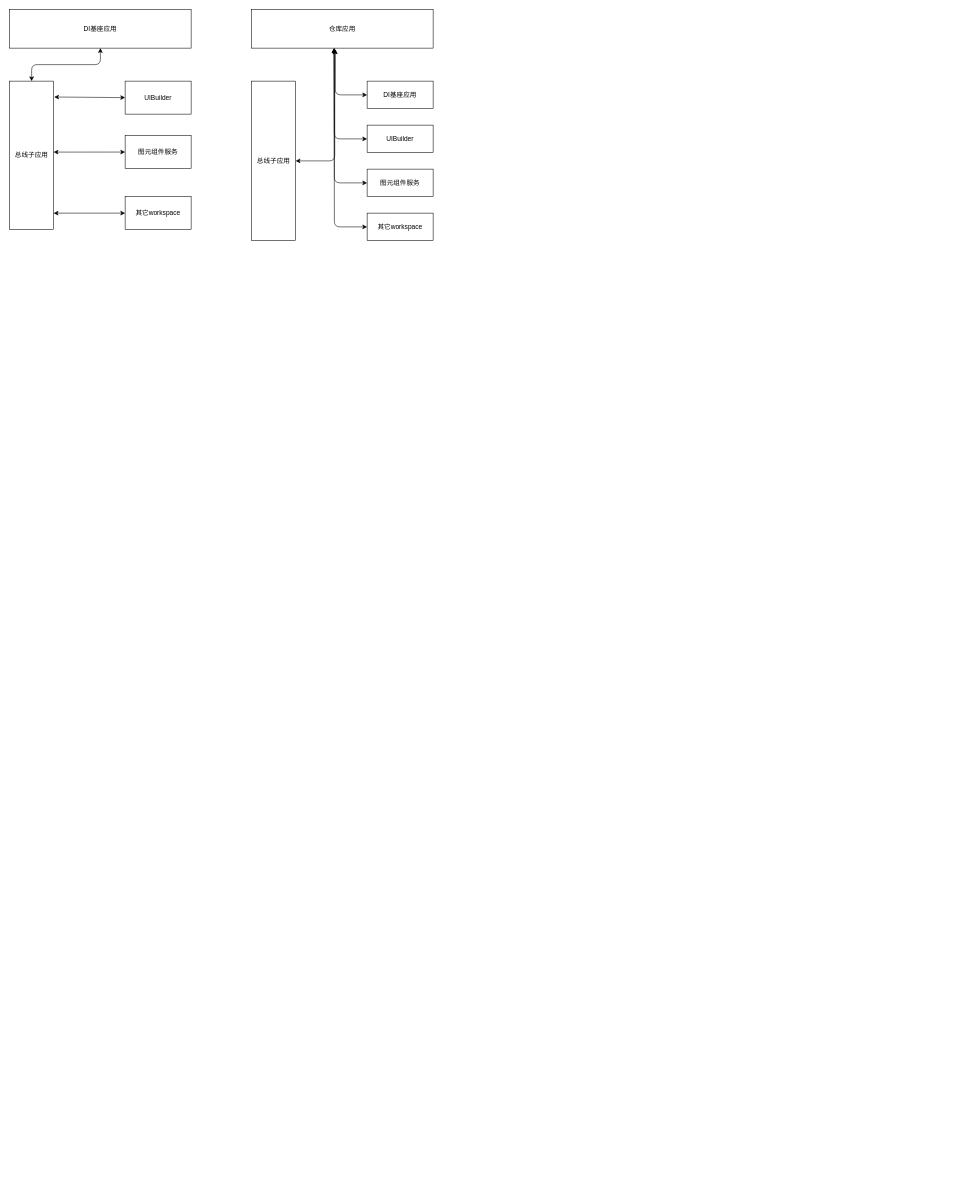
Above: test.dio in duoduoObama/POC (draw.io), before the change. Source tidied: cells renumbered, new cells numbered last; positions are measured from the earlier drawing's top-left corner, leaving out a move shared by most shapes. Both pictures are drawn from the tidied source at 55%, with x=0, y=0 at pixel (9, 9).
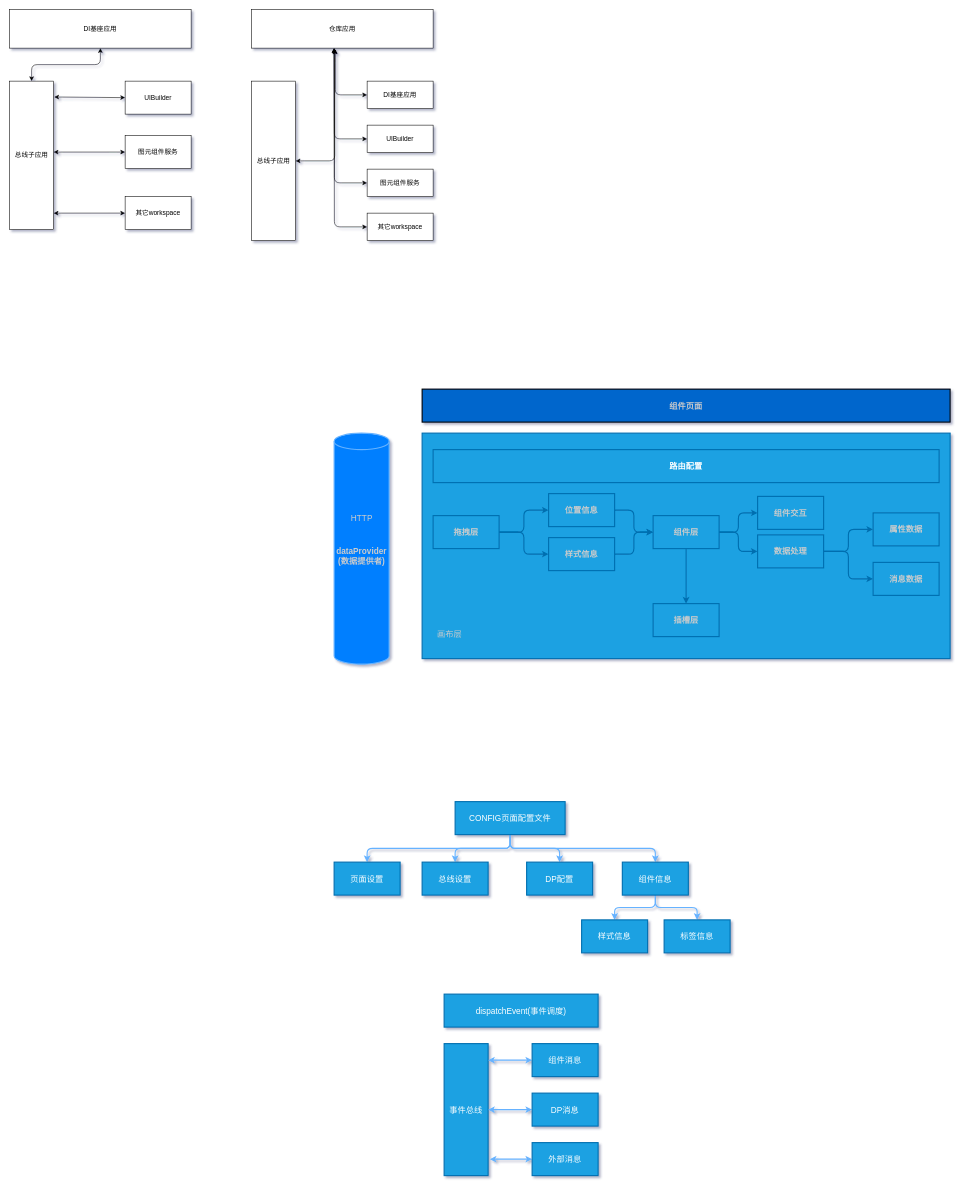
After the change.

Change to the diagram source:
```diff
@@
-<mxGraphModel>
+<mxGraphModel background="#ffffff" shadow="1">
@@
+    <mxCell id="22" style="whiteSpace=wrap;html=1;strokeWidth=2;fillColor=#1ba1e2;fontColor=#CCCCCC;strokeColor=#006EAF;fontStyle=1;fontSize=15;" parent="1" vertex="1">
+      <mxGeometry x="750" y="770" width="960" height="410" as="geometry" />
+    </mxCell>
@@
+    <mxCell id="23" value="路由配置" style="whiteSpace=wrap;html=1;strokeWidth=2;fillColor=#1ba1e2;fontColor=#ffffff;strokeColor=#006EAF;fontStyle=1;fontSize=15;" parent="1" vertex="1">
+      <mxGeometry x="770" y="800" width="920" height="60" as="geometry" />
+    </mxCell>
+    <mxCell id="24" value="组件页面" style="whiteSpace=wrap;html=1;strokeWidth=2;fillColor=#0066CC;fontColor=#CCCCCC;fontStyle=1;fontSize=15;" parent="1" vertex="1">
+      <mxGeometry x="750" y="690" width="960" height="60" as="geometry" />
+    </mxCell>
+    <mxCell id="25" style="edgeStyle=orthogonalEdgeStyle;html=1;exitX=1;exitY=0.5;exitDx=0;exitDy=0;entryX=0;entryY=0.5;entryDx=0;entryDy=0;strokeWidth=2;fillColor=#1ba1e2;strokeColor=#006EAF;fontColor=#CCCCCC;fontStyle=1;fontSize=15;" parent="1" edge="1" source="27" target="34">
+      <mxGeometry relative="1" as="geometry" />
+    </mxCell>
+    <mxCell id="26" style="edgeStyle=orthogonalEdgeStyle;html=1;exitX=1;exitY=0.5;exitDx=0;exitDy=0;entryX=0;entryY=0.5;entryDx=0;entryDy=0;strokeWidth=2;fillColor=#1ba1e2;strokeColor=#006EAF;fontColor=#CCCCCC;fontStyle=1;fontSize=15;" parent="1" edge="1" source="27" target="36">
+      <mxGeometry relative="1" as="geometry" />
+    </mxCell>
+    <mxCell id="27" value="拖拽层" style="whiteSpace=wrap;html=1;strokeWidth=2;fillColor=#1ba1e2;fontColor=#CCCCCC;strokeColor=#006EAF;fontStyle=1;fontSize=15;" parent="1" vertex="1">
+      <mxGeometry x="770" y="920" width="120" height="60" as="geometry" />
+    </mxCell>
+    <mxCell id="28" style="edgeStyle=orthogonalEdgeStyle;html=1;exitX=0.5;exitY=1;exitDx=0;exitDy=0;entryX=0.5;entryY=0;entryDx=0;entryDy=0;strokeWidth=2;fillColor=#1ba1e2;strokeColor=#006EAF;fontColor=#CCCCCC;fontStyle=1;fontSize=15;" parent="1" edge="1" source="31" target="32">
+      <mxGeometry relative="1" as="geometry" />
+    </mxCell>
+    <mxCell id="29" style="edgeStyle=orthogonalEdgeStyle;html=1;exitX=1;exitY=0.5;exitDx=0;exitDy=0;strokeWidth=2;fillColor=#1ba1e2;strokeColor=#006EAF;fontColor=#CCCCCC;fontStyle=1;fontSize=15;" parent="1" edge="1" source="31" target="37">
+      <mxGeometry relative="1" as="geometry" />
+    </mxCell>
+    <mxCell id="30" style="edgeStyle=orthogonalEdgeStyle;html=1;exitX=1;exitY=0.5;exitDx=0;exitDy=0;entryX=0;entryY=0.5;entryDx=0;entryDy=0;strokeWidth=2;fillColor=#1ba1e2;strokeColor=#006EAF;fontColor=#CCCCCC;fontStyle=1;fontSize=15;" parent="1" edge="1" source="31" target="40">
+      <mxGeometry relative="1" as="geometry" />
+    </mxCell>
+    <mxCell id="31" value="组件层" style="whiteSpace=wrap;html=1;strokeWidth=2;fillColor=#1ba1e2;fontColor=#CCCCCC;strokeColor=#006EAF;fontStyle=1;fontSize=15;" parent="1" vertex="1">
+      <mxGeometry x="1170" y="920" width="120" height="60" as="geometry" />
+    </mxCell>
+    <mxCell id="32" value="插槽层" style="whiteSpace=wrap;html=1;strokeWidth=2;fillColor=#1ba1e2;fontColor=#CCCCCC;strokeColor=#006EAF;fontStyle=1;fontSize=15;" parent="1" vertex="1">
+      <mxGeometry x="1170" y="1080" width="120" height="60" as="geometry" />
+    </mxCell>
+    <mxCell id="33" style="edgeStyle=orthogonalEdgeStyle;html=1;exitX=1;exitY=0.5;exitDx=0;exitDy=0;entryX=0;entryY=0.5;entryDx=0;entryDy=0;strokeWidth=2;fillColor=#1ba1e2;strokeColor=#006EAF;fontColor=#CCCCCC;fontStyle=1;fontSize=15;" parent="1" edge="1" source="34" target="31">
+      <mxGeometry relative="1" as="geometry" />
+    </mxCell>
+    <mxCell id="34" value="位置信息" style="whiteSpace=wrap;html=1;strokeWidth=2;fillColor=#1ba1e2;fontColor=#CCCCCC;strokeColor=#006EAF;fontStyle=1;fontSize=15;" parent="1" vertex="1">
+      <mxGeometry x="980" y="880" width="120" height="60" as="geometry" />
+    </mxCell>
+    <mxCell id="35" style="edgeStyle=orthogonalEdgeStyle;html=1;exitX=1;exitY=0.5;exitDx=0;exitDy=0;entryX=0;entryY=0.5;entryDx=0;entryDy=0;strokeWidth=2;fillColor=#1ba1e2;strokeColor=#006EAF;fontColor=#CCCCCC;fontStyle=1;fontSize=15;" parent="1" edge="1" source="36" target="31">
+      <mxGeometry relative="1" as="geometry" />
+    </mxCell>
+    <mxCell id="36" value="样式信息" style="whiteSpace=wrap;html=1;strokeWidth=2;fillColor=#1ba1e2;fontColor=#CCCCCC;strokeColor=#006EAF;fontStyle=1;fontSize=15;" parent="1" vertex="1">
+      <mxGeometry x="980" y="960" width="120" height="60" as="geometry" />
+    </mxCell>
+    <mxCell id="37" value="组件交互" style="whiteSpace=wrap;html=1;strokeWidth=2;fillColor=#1ba1e2;fontColor=#CCCCCC;strokeColor=#006EAF;fontStyle=1;fontSize=15;" parent="1" vertex="1">
+      <mxGeometry x="1360" y="885" width="120" height="60" as="geometry" />
+    </mxCell>
+    <mxCell id="38" style="edgeStyle=orthogonalEdgeStyle;html=1;exitX=1;exitY=0.5;exitDx=0;exitDy=0;strokeWidth=2;fillColor=#1ba1e2;strokeColor=#006EAF;fontColor=#CCCCCC;fontStyle=1;fontSize=15;" parent="1" edge="1" source="40" target="41">
+      <mxGeometry relative="1" as="geometry" />
+    </mxCell>
+    <mxCell id="39" style="edgeStyle=orthogonalEdgeStyle;html=1;exitX=1;exitY=0.5;exitDx=0;exitDy=0;entryX=0;entryY=0.5;entryDx=0;entryDy=0;strokeWidth=2;fillColor=#1ba1e2;strokeColor=#006EAF;fontColor=#CCCCCC;fontStyle=1;fontSize=15;" parent="1" edge="1" source="40" target="42">
+      <mxGeometry relative="1" as="geometry" />
+    </mxCell>
+    <mxCell id="40" value="数据处理" style="whiteSpace=wrap;html=1;strokeWidth=2;fillColor=#1ba1e2;fontColor=#CCCCCC;strokeColor=#006EAF;fontStyle=1;fontSize=15;" parent="1" vertex="1">
+      <mxGeometry x="1360" y="955" width="120" height="60" as="geometry" />
+    </mxCell>
+    <mxCell id="41" value="属性数据" style="whiteSpace=wrap;html=1;strokeWidth=2;fillColor=#1ba1e2;fontColor=#CCCCCC;strokeColor=#006EAF;fontStyle=1;fontSize=15;" parent="1" vertex="1">
+      <mxGeometry x="1570" y="915" width="120" height="60" as="geometry" />
+    </mxCell>
+    <mxCell id="42" value="消息数据" style="whiteSpace=wrap;html=1;strokeWidth=2;fillColor=#1ba1e2;fontColor=#CCCCCC;strokeColor=#006EAF;fontStyle=1;fontSize=15;" parent="1" vertex="1">
+      <mxGeometry x="1570" y="1005" width="120" height="60" as="geometry" />
+    </mxCell>
+    <mxCell id="43" value="画布层" style="text;html=1;strokeColor=none;fillColor=none;align=center;verticalAlign=middle;whiteSpace=wrap;rounded=0;fontSize=15;fontColor=#CCCCCC;" parent="1" vertex="1">
+      <mxGeometry x="770" y="1120" width="60" height="30" as="geometry" />
+    </mxCell>
+    <mxCell id="44" style="edgeStyle=orthogonalEdgeStyle;html=1;exitX=0.5;exitY=1;exitDx=0;exitDy=0;entryX=0.5;entryY=0;entryDx=0;entryDy=0;fontSize=15;fontColor=#CCCCCC;strokeColor=#66B2FF;strokeWidth=2;" parent="1" edge="1" source="48" target="50">
+      <mxGeometry relative="1" as="geometry" />
+    </mxCell>
+    <mxCell id="45" style="edgeStyle=orthogonalEdgeStyle;html=1;exitX=0.5;exitY=1;exitDx=0;exitDy=0;entryX=0.5;entryY=0;entryDx=0;entryDy=0;fontSize=15;fontColor=#CCCCCC;strokeColor=#66B2FF;strokeWidth=2;" parent="1" edge="1" source="48" target="53">
+      <mxGeometry relative="1" as="geometry" />
+    </mxCell>
+    <mxCell id="46" style="edgeStyle=orthogonalEdgeStyle;html=1;exitX=0.5;exitY=1;exitDx=0;exitDy=0;entryX=0.5;entryY=0;entryDx=0;entryDy=0;fontSize=15;fontColor=#CCCCCC;strokeColor=#66B2FF;strokeWidth=2;" parent="1" edge="1" source="48" target="49">
+      <mxGeometry relative="1" as="geometry" />
+    </mxCell>
+    <mxCell id="47" style="edgeStyle=orthogonalEdgeStyle;html=1;exitX=0.5;exitY=1;exitDx=0;exitDy=0;fontSize=15;fontColor=#CCCCCC;strokeColor=#66B2FF;strokeWidth=2;" parent="1" edge="1" source="48" target="59">
+      <mxGeometry relative="1" as="geometry" />
+    </mxCell>
+    <mxCell id="48" value="CONFIG页面配置文件" style="whiteSpace=wrap;html=1;fontSize=15;fontColor=#ffffff;strokeColor=#006EAF;strokeWidth=2;fillColor=#1ba1e2;" parent="1" vertex="1">
+      <mxGeometry x="810" y="1440" width="200" height="60" as="geometry" />
+    </mxCell>
+    <mxCell id="49" value="页面设置" style="whiteSpace=wrap;html=1;fontSize=15;fontColor=#ffffff;strokeColor=#006EAF;strokeWidth=2;fillColor=#1ba1e2;" parent="1" vertex="1">
+      <mxGeometry x="590" y="1550" width="120" height="60" as="geometry" />
+    </mxCell>
+    <mxCell id="50" value="总线设置" style="whiteSpace=wrap;html=1;fontSize=15;fontColor=#ffffff;strokeColor=#006EAF;strokeWidth=2;fillColor=#1ba1e2;" parent="1" vertex="1">
+      <mxGeometry x="750" y="1550" width="120" height="60" as="geometry" />
+    </mxCell>
+    <mxCell id="51" style="edgeStyle=orthogonalEdgeStyle;html=1;exitX=0.5;exitY=1;exitDx=0;exitDy=0;entryX=0.5;entryY=0;entryDx=0;entryDy=0;fontSize=15;fontColor=#CCCCCC;strokeColor=#66B2FF;strokeWidth=2;" parent="1" edge="1" source="53" target="54">
+      <mxGeometry relative="1" as="geometry" />
+    </mxCell>
+    <mxCell id="52" style="edgeStyle=orthogonalEdgeStyle;html=1;exitX=0.5;exitY=1;exitDx=0;exitDy=0;entryX=0.5;entryY=0;entryDx=0;entryDy=0;fontSize=15;fontColor=#CCCCCC;strokeColor=#66B2FF;strokeWidth=2;" parent="1" edge="1" source="53" target="55">
+      <mxGeometry relative="1" as="geometry" />
+    </mxCell>
+    <mxCell id="53" value="组件信息" style="whiteSpace=wrap;html=1;fontSize=15;fontColor=#ffffff;strokeColor=#006EAF;strokeWidth=2;fillColor=#1ba1e2;" parent="1" vertex="1">
+      <mxGeometry x="1114" y="1550" width="120" height="60" as="geometry" />
+    </mxCell>
+    <mxCell id="54" value="样式信息" style="whiteSpace=wrap;html=1;fontSize=15;fontColor=#ffffff;strokeColor=#006EAF;strokeWidth=2;fillColor=#1ba1e2;" parent="1" vertex="1">
+      <mxGeometry x="1040" y="1655" width="120" height="60" as="geometry" />
+    </mxCell>
+    <mxCell id="55" value="标签信息" style="whiteSpace=wrap;html=1;fontSize=15;fontColor=#ffffff;strokeColor=#006EAF;strokeWidth=2;fillColor=#1ba1e2;" parent="1" vertex="1">
+      <mxGeometry x="1190" y="1655" width="120" height="60" as="geometry" />
+    </mxCell>
+    <mxCell id="56" style="group;" parent="1" vertex="1">
+      <mxGeometry x="590" y="770" width="100" height="420" as="geometry" />
+    </mxCell>
+    <mxCell id="57" value="&lt;span style=&quot;font-weight: 700&quot;&gt;dataProvider&lt;/span&gt;&lt;br style=&quot;font-weight: 700&quot;&gt;&lt;span style=&quot;font-weight: 700&quot;&gt;(数据提供者)&lt;/span&gt;" style="shape=cylinder3;whiteSpace=wrap;html=1;boundedLbl=1;backgroundOutline=1;size=15;fontSize=15;fontColor=#CCCCCC;strokeColor=#66B2FF;strokeWidth=2;fillColor=#007FFF;" parent="56" vertex="1">
+      <mxGeometry width="100" height="420" as="geometry" />
+    </mxCell>
+    <mxCell id="58" value="HTTP" style="text;html=1;align=center;verticalAlign=middle;strokeColor=none;fillColor=none;fontSize=15;fontColor=#CCCCCC;" parent="56" vertex="1">
+      <mxGeometry x="25" y="145" width="50" height="20" as="geometry" />
+    </mxCell>
+    <mxCell id="59" value="DP配置" style="whiteSpace=wrap;html=1;fontSize=15;fontColor=#ffffff;strokeColor=#006EAF;strokeWidth=2;fillColor=#1ba1e2;" parent="1" vertex="1">
+      <mxGeometry x="940" y="1550" width="120" height="60" as="geometry" />
+    </mxCell>
+    <mxCell id="60" value="dispatchEvent(事件调度)" style="whiteSpace=wrap;html=1;fontSize=15;fontColor=#ffffff;strokeColor=#006EAF;strokeWidth=2;fillColor=#1ba1e2;" parent="1" vertex="1">
+      <mxGeometry x="790" y="1790" width="280" height="60" as="geometry" />
+    </mxCell>
+    <mxCell id="61" value="事件总线" style="whiteSpace=wrap;html=1;fontSize=15;fontColor=#ffffff;strokeColor=#006EAF;strokeWidth=2;fillColor=#1ba1e2;" parent="1" vertex="1">
+      <mxGeometry x="790" y="1880" width="80" height="240" as="geometry" />
+    </mxCell>
+    <mxCell id="62" style="edgeStyle=orthogonalEdgeStyle;html=1;exitX=0;exitY=0.5;exitDx=0;exitDy=0;entryX=1;entryY=0.125;entryDx=0;entryDy=0;entryPerimeter=0;fontSize=15;fontColor=#CCCCCC;startArrow=classic;startFill=1;endArrow=classic;endFill=1;strokeColor=#66B2FF;strokeWidth=2;" parent="1" edge="1" source="63" target="61">
+      <mxGeometry relative="1" as="geometry" />
+    </mxCell>
+    <mxCell id="63" value="组件消息" style="whiteSpace=wrap;html=1;fontSize=15;fontColor=#ffffff;strokeColor=#006EAF;strokeWidth=2;fillColor=#1ba1e2;" parent="1" vertex="1">
+      <mxGeometry x="950" y="1880" width="120" height="60" as="geometry" />
+    </mxCell>
+    <mxCell id="64" style="edgeStyle=orthogonalEdgeStyle;html=1;exitX=0;exitY=0.5;exitDx=0;exitDy=0;entryX=1;entryY=0.5;entryDx=0;entryDy=0;fontSize=15;fontColor=#CCCCCC;startArrow=classic;startFill=1;endArrow=classic;endFill=1;strokeColor=#66B2FF;strokeWidth=2;" parent="1" edge="1" source="65" target="61">
+      <mxGeometry relative="1" as="geometry" />
+    </mxCell>
+    <mxCell id="65" value="DP消息" style="whiteSpace=wrap;html=1;fontSize=15;fontColor=#ffffff;strokeColor=#006EAF;strokeWidth=2;fillColor=#1ba1e2;" parent="1" vertex="1">
+      <mxGeometry x="950" y="1970" width="120" height="60" as="geometry" />
+    </mxCell>
+    <mxCell id="66" style="edgeStyle=orthogonalEdgeStyle;html=1;exitX=0;exitY=0.5;exitDx=0;exitDy=0;entryX=1.038;entryY=0.875;entryDx=0;entryDy=0;entryPerimeter=0;fontSize=15;fontColor=#CCCCCC;strokeColor=#66B2FF;strokeWidth=2;endArrow=classic;endFill=1;startArrow=classic;startFill=1;" parent="1" edge="1" source="67" target="61">
+      <mxGeometry relative="1" as="geometry" />
+    </mxCell>
+    <mxCell id="67" value="外部消息" style="whiteSpace=wrap;html=1;fontSize=15;fontColor=#ffffff;strokeColor=#006EAF;strokeWidth=2;fillColor=#1ba1e2;" parent="1" vertex="1">
+      <mxGeometry x="950" y="2060" width="120" height="60" as="geometry" />
+    </mxCell>
```
